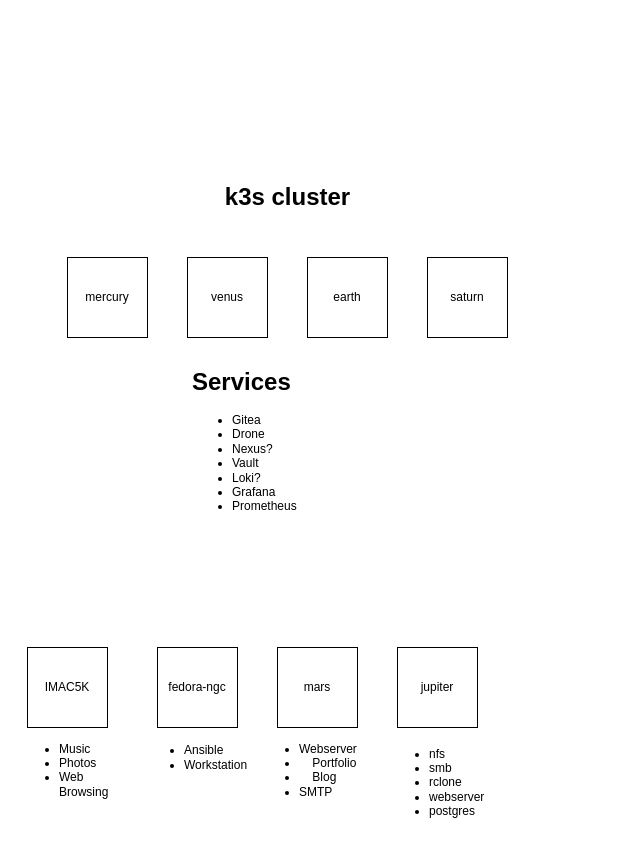
james-mcallister/diagrams keeps this draw.io diagram as homelab-services.drawio. Above is the earlier version. Source tidied: cells renumbered, new cells numbered last; positions are measured from the earlier drawing's top-left corner, leaving out a move shared by most shapes. Both pictures are drawn from the tidied source at 100%, with x=0, y=0 at pixel (17, 177).
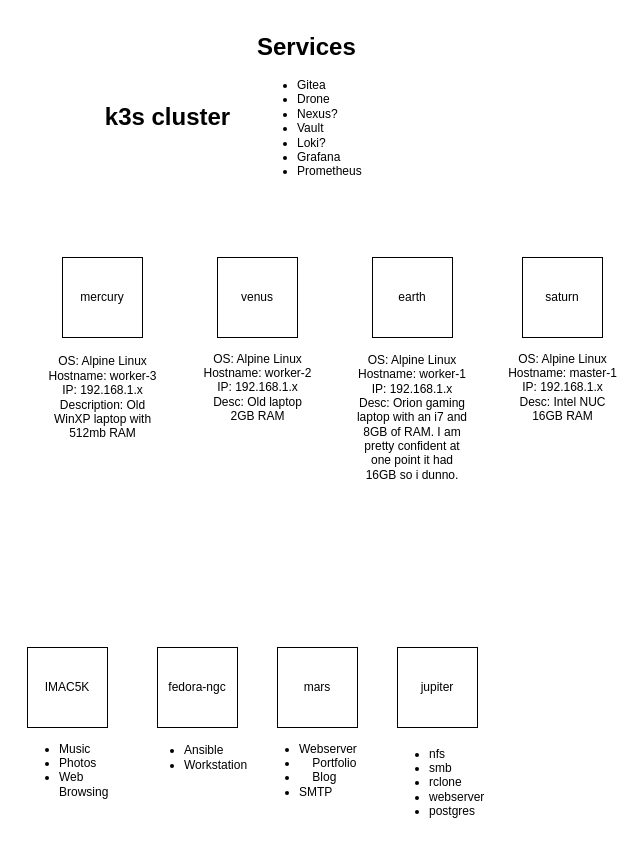
The same diagram, later.

What changed in the source:
```diff
@@
 <mxGraphModel>
   <root>
     <mxCell id="0" />
     <mxCell id="1" parent="0" />
     <mxCell id="2" value="mars" style="whiteSpace=wrap;html=1;" parent="1" vertex="1">
       <mxGeometry x="260" y="470" width="80" height="80" as="geometry" />
     </mxCell>
     <mxCell id="3" value="earth" style="whiteSpace=wrap;html=1;" parent="1" vertex="1">
-      <mxGeometry x="290" y="80" width="80" height="80" as="geometry" />
+      <mxGeometry x="355" y="80" width="80" height="80" as="geometry" />
     </mxCell>
     <mxCell id="4" value="IMAC5K" style="whiteSpace=wrap;html=1;" parent="1" vertex="1">
       <mxGeometry x="10" y="470" width="80" height="80" as="geometry" />
     </mxCell>
     <mxCell id="5" value="fedora-ngc" style="whiteSpace=wrap;html=1;" parent="1" vertex="1">
       <mxGeometry x="140" y="470" width="80" height="80" as="geometry" />
     </mxCell>
     <mxCell id="6" value="saturn" style="whiteSpace=wrap;html=1;" parent="1" vertex="1">
-      <mxGeometry x="410" y="80" width="80" height="80" as="geometry" />
+      <mxGeometry x="505" y="80" width="80" height="80" as="geometry" />
     </mxCell>
     <mxCell id="7" value="jupiter" style="whiteSpace=wrap;html=1;" parent="1" vertex="1">
       <mxGeometry x="380" y="470" width="80" height="80" as="geometry" />
     </mxCell>
     <mxCell id="8" value="mercury" style="whiteSpace=wrap;html=1;" parent="1" vertex="1">
-      <mxGeometry x="50" y="80" width="80" height="80" as="geometry" />
+      <mxGeometry x="45" y="80" width="80" height="80" as="geometry" />
     </mxCell>
     <mxCell id="9" value="venus" style="whiteSpace=wrap;html=1;" parent="1" vertex="1">
-      <mxGeometry x="170" y="80" width="80" height="80" as="geometry" />
+      <mxGeometry x="200" y="80" width="80" height="80" as="geometry" />
     </mxCell>
     <mxCell id="10" value="&lt;ul&gt;&lt;li&gt;Music&lt;/li&gt;&lt;li&gt;Photos&lt;/li&gt;&lt;li&gt;Web Browsing&lt;/li&gt;&lt;/ul&gt;" style="text;strokeColor=none;fillColor=none;html=1;whiteSpace=wrap;verticalAlign=middle;overflow=hidden;" parent="1" vertex="1">
       <mxGeometry y="550" width="100" height="80" as="geometry" />
     </mxCell>
     <mxCell id="11" value="&lt;ul&gt;&lt;li&gt;Ansible&lt;/li&gt;&lt;li&gt;Workstation&lt;/li&gt;&lt;/ul&gt;" style="text;strokeColor=none;fillColor=none;html=1;whiteSpace=wrap;verticalAlign=middle;overflow=hidden;" parent="1" vertex="1">
       <mxGeometry x="125" y="540" width="110" height="80" as="geometry" />
     </mxCell>
     <mxCell id="12" value="&lt;ul&gt;&lt;li&gt;Webserver&lt;/li&gt;&lt;li&gt;&amp;nbsp; &amp;nbsp; Portfolio&lt;/li&gt;&lt;li&gt;&amp;nbsp; &amp;nbsp; Blog&lt;/li&gt;&lt;li&gt;SMTP&lt;/li&gt;&lt;/ul&gt;" style="text;strokeColor=none;fillColor=none;html=1;whiteSpace=wrap;verticalAlign=middle;overflow=hidden;" parent="1" vertex="1">
       <mxGeometry x="240" y="550" width="120" height="80" as="geometry" />
     </mxCell>
     <mxCell id="13" value="&lt;ul&gt;&lt;li&gt;nfs&lt;/li&gt;&lt;li&gt;smb&lt;/li&gt;&lt;li&gt;rclone&lt;/li&gt;&lt;li&gt;webserver&lt;/li&gt;&lt;li&gt;postgres&lt;/li&gt;&lt;/ul&gt;" style="text;strokeColor=none;fillColor=none;html=1;whiteSpace=wrap;verticalAlign=middle;overflow=hidden;" parent="1" vertex="1">
       <mxGeometry x="370" y="540" width="100" height="130" as="geometry" />
     </mxCell>
     <mxCell id="14" value="&lt;h1&gt;Services&lt;/h1&gt;&lt;p&gt;&lt;/p&gt;&lt;ul&gt;&lt;li&gt;Gitea&lt;/li&gt;&lt;li&gt;Drone&lt;/li&gt;&lt;li&gt;Nexus?&lt;/li&gt;&lt;li&gt;Vault&lt;/li&gt;&lt;li&gt;Loki?&lt;/li&gt;&lt;li&gt;Grafana&lt;/li&gt;&lt;li&gt;Prometheus&lt;/li&gt;&lt;/ul&gt;&lt;p&gt;&lt;/p&gt;" style="text;html=1;strokeColor=none;fillColor=none;spacing=5;spacingTop=-20;whiteSpace=wrap;overflow=hidden;rounded=0;" parent="1" vertex="1">
-      <mxGeometry x="170" y="185" width="200" height="215" as="geometry" />
+      <mxGeometry x="235" y="-150" width="200" height="215" as="geometry" />
     </mxCell>
     <mxCell id="15" value="k3s cluster" style="text;strokeColor=none;fillColor=none;html=1;fontSize=24;fontStyle=1;verticalAlign=middle;align=center;" parent="1" vertex="1">
-      <mxGeometry x="220" width="100" height="40" as="geometry" />
+      <mxGeometry x="100" y="-80" width="100" height="40" as="geometry" />
     </mxCell>
+    <mxCell id="16" value="OS: Alpine Linux&lt;br&gt;Hostname: worker-3&lt;br&gt;IP: 192.168.1.x&lt;br&gt;Description: Old WinXP laptop with 512mb RAM" style="text;html=1;strokeColor=none;fillColor=none;align=center;verticalAlign=middle;whiteSpace=wrap;rounded=0;" parent="1" vertex="1">
+      <mxGeometry x="27.5" y="180" width="115" height="80" as="geometry" />
+    </mxCell>
+    <mxCell id="17" value="OS: Alpine Linux&lt;br&gt;Hostname: worker-2&lt;br&gt;IP: 192.168.1.x&lt;br&gt;Desc: Old laptop 2GB RAM" style="text;html=1;strokeColor=none;fillColor=none;align=center;verticalAlign=middle;whiteSpace=wrap;rounded=0;" parent="1" vertex="1">
+      <mxGeometry x="182.5" y="170" width="115" height="80" as="geometry" />
+    </mxCell>
+    <mxCell id="18" value="OS: Alpine Linux&lt;br&gt;Hostname: worker-1&lt;br&gt;IP: 192.168.1.x&lt;br&gt;Desc: Orion gaming laptop with an i7 and 8GB of RAM. I am pretty confident at one point it had 16GB so i dunno." style="text;html=1;strokeColor=none;fillColor=none;align=center;verticalAlign=middle;whiteSpace=wrap;rounded=0;" parent="1" vertex="1">
+      <mxGeometry x="338" y="180" width="114" height="120" as="geometry" />
+    </mxCell>
+    <mxCell id="19" value="OS: Alpine Linux&lt;br&gt;Hostname: master-1&lt;br&gt;IP: 192.168.1.x&lt;br&gt;Desc: Intel NUC 16GB RAM" style="text;html=1;strokeColor=none;fillColor=none;align=center;verticalAlign=middle;whiteSpace=wrap;rounded=0;" parent="1" vertex="1">
+      <mxGeometry x="487.5" y="170" width="115" height="80" as="geometry" />
+    </mxCell>
   </root>
 </mxGraphModel>
```
